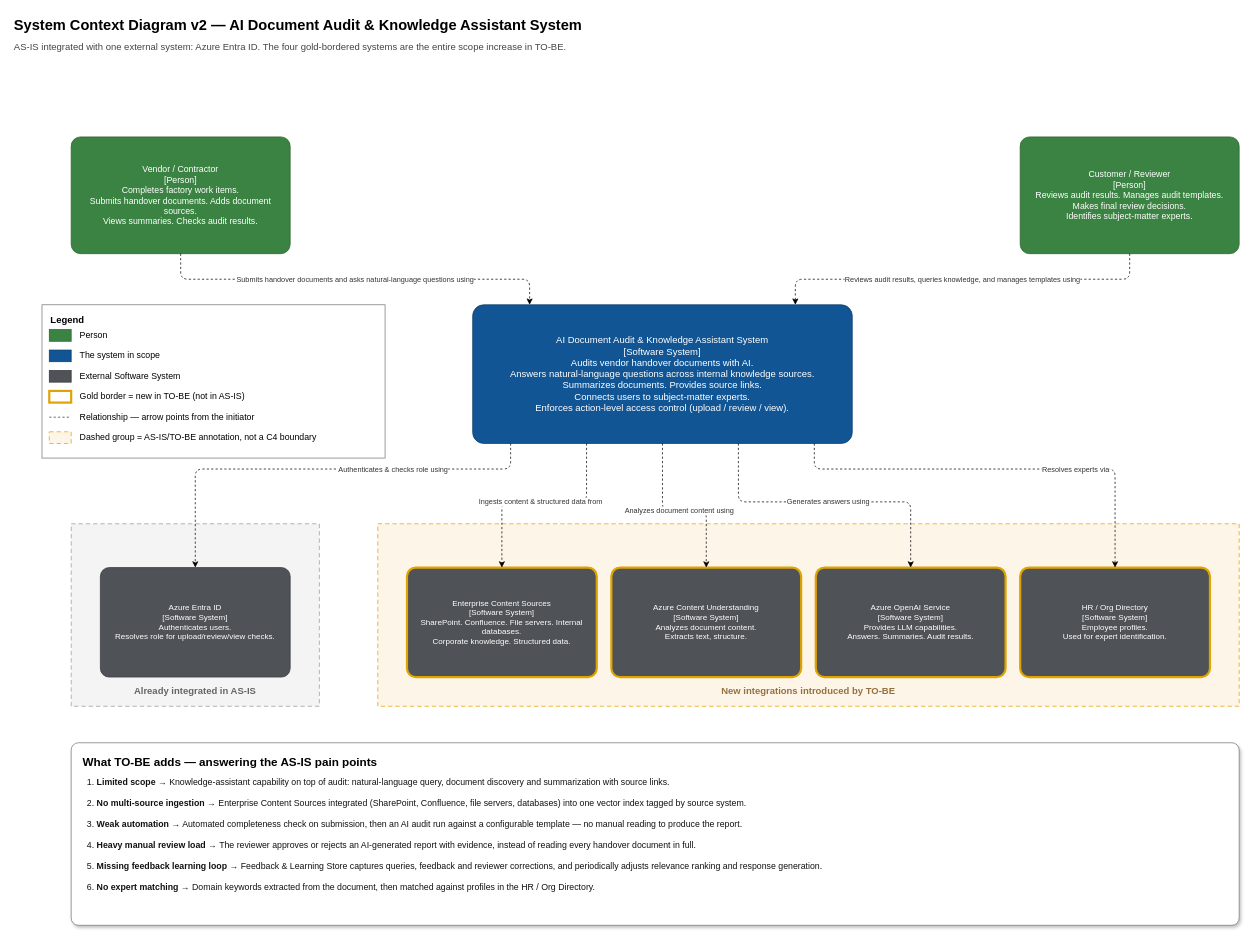
This is [tobe]system_context_diagram.drawio from jackreacher1994/sa-nhom6, a draw.io file, before an edit. Source tidied: cells renumbered, new cells numbered last; positions are measured from the earlier drawing's top-left corner, leaving out a move shared by most shapes. Both pictures are drawn from the tidied source at 73%, with x=0, y=0 at pixel (12, 12).
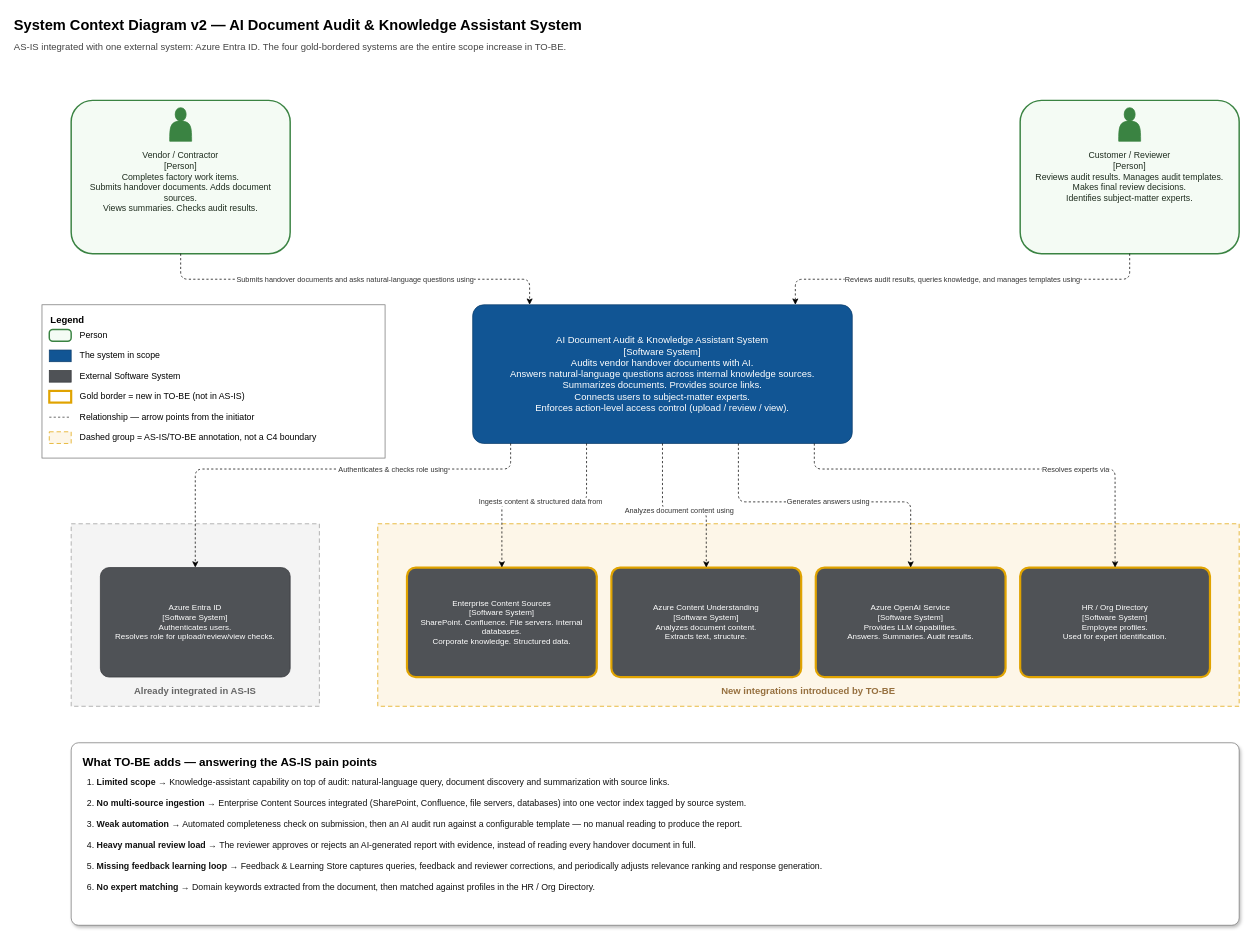
Above is the later version.

Commit message (it also covers changes not shown here):
update person icon

Unchanged cells that the change refers to:
```xml
<mxCell id="4" value="Legend" style="rounded=0;whiteSpace=wrap;html=1;fillColor=#ffffff;strokeColor=#777777;verticalAlign=top;fontStyle=1;fontSize=13;align=left;spacingLeft=10;spacingTop=6;" parent="1" vertex="1">
  <mxGeometry x="40" y="400" width="470" height="210" as="geometry" />
</mxCell>
```

What changed in the source:
```diff
@@
-    <mxCell id="5" style="rounded=0;html=1;fillColor=#3a8342;strokeColor=#2a6230;" parent="4" vertex="1">
+    <mxCell id="5" style="rounded=1;arcSize=30;html=1;fillColor=#f4fbf4;strokeColor=#3a8342;strokeWidth=2;" parent="4" vertex="1">
       <mxGeometry x="10" y="34" width="30" height="16" as="geometry" />
     </mxCell>
@@
-    <mxCell id="17" value="Vendor / Contractor&#10;[Person]&#10;Completes factory work items.&#10;Submits handover documents. Adds document sources.&#10;Views summaries. Checks audit results." style="rounded=1;arcSize=8;whiteSpace=wrap;html=1;fillColor=#3a8342;strokeColor=#2a6230;fontColor=#ffffff;fontSize=12;align=center;verticalAlign=middle;spacing=8;" parent="1" vertex="1">
-      <mxGeometry x="80" y="170" width="300" height="160" as="geometry" />
+    <mxCell id="17" value="Vendor / Contractor&#10;[Person]&#10;Completes factory work items.&#10;Submits handover documents. Adds document sources.&#10;Views summaries. Checks audit results." style="rounded=1;arcSize=14;whiteSpace=wrap;html=1;fillColor=#f4fbf4;strokeColor=#3a8342;strokeWidth=2;fontColor=#1f2d1f;fontSize=12;align=center;verticalAlign=top;spacingTop=62;spacingLeft=8;spacingRight=8;" parent="1" vertex="1">
+      <mxGeometry x="80" y="120" width="300" height="210" as="geometry" />
     </mxCell>
+    <mxCell id="36" style="shape=actor;html=1;fillColor=#3a8342;strokeColor=#3a8342;" parent="17" vertex="1">
+      <mxGeometry x="135" y="10" width="30" height="46" as="geometry" />
+    </mxCell>
-    <mxCell id="18" value="Customer / Reviewer&#10;[Person]&#10;Reviews audit results. Manages audit templates.&#10;Makes final review decisions.&#10;Identifies subject-matter experts." style="rounded=1;arcSize=8;whiteSpace=wrap;html=1;fillColor=#3a8342;strokeColor=#2a6230;fontColor=#ffffff;fontSize=12;align=center;verticalAlign=middle;spacing=8;" parent="1" vertex="1">
-      <mxGeometry x="1380" y="170" width="300" height="160" as="geometry" />
+    <mxCell id="18" value="Customer / Reviewer&#10;[Person]&#10;Reviews audit results. Manages audit templates.&#10;Makes final review decisions.&#10;Identifies subject-matter experts." style="rounded=1;arcSize=14;whiteSpace=wrap;html=1;fillColor=#f4fbf4;strokeColor=#3a8342;strokeWidth=2;fontColor=#1f2d1f;fontSize=12;align=center;verticalAlign=top;spacingTop=62;spacingLeft=8;spacingRight=8;" parent="1" vertex="1">
+      <mxGeometry x="1380" y="120" width="300" height="210" as="geometry" />
     </mxCell>
+    <mxCell id="37" style="shape=actor;html=1;fillColor=#3a8342;strokeColor=#3a8342;" parent="18" vertex="1">
+      <mxGeometry x="135" y="10" width="30" height="46" as="geometry" />
+    </mxCell>
```
